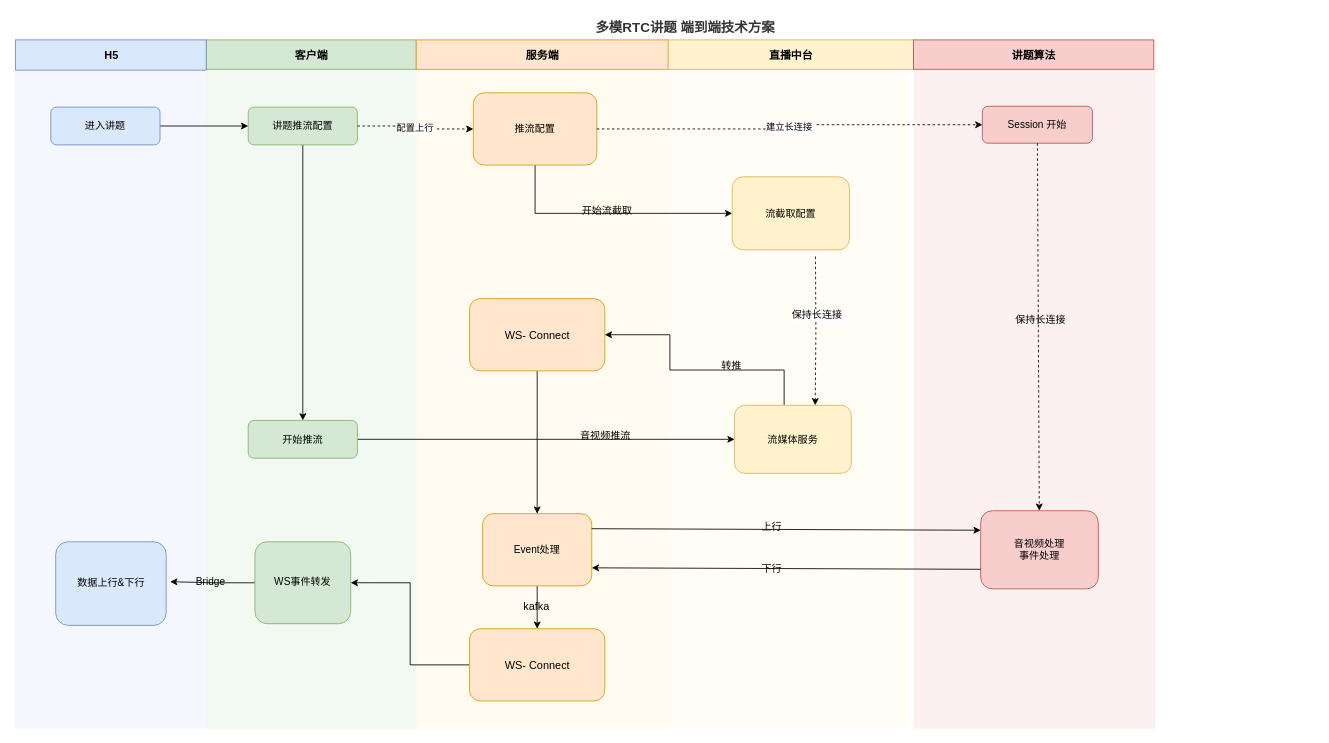
Above: 好未来/2604_晋升述职/RTC流程图.drawio in dongjinmin-710/my-darwio (draw.io), before the change. Source tidied: cells renumbered, new cells numbered last; positions are measured from the earlier drawing's top-left corner, leaving out a move shared by most shapes. Both pictures are drawn from the tidied source at 84%, with x=0, y=0 at pixel (14, 14).
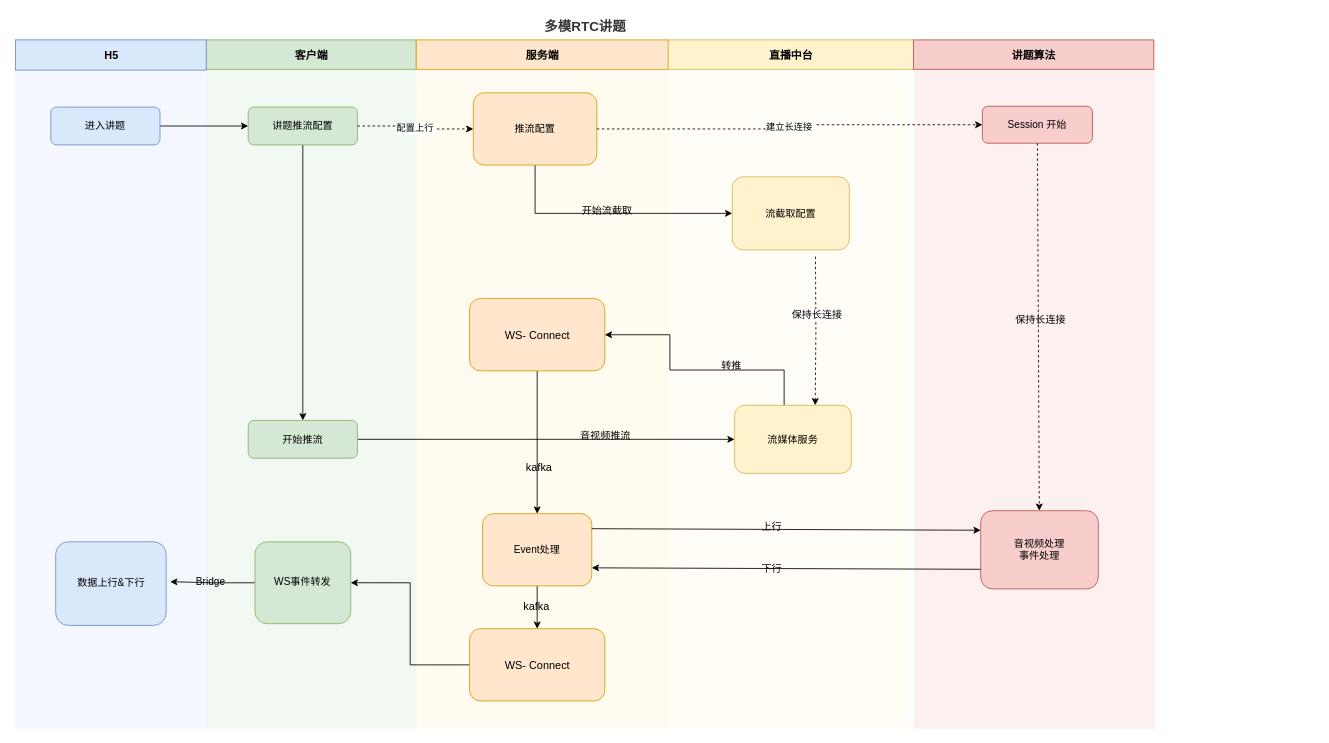
The same diagram, later.

Commit message:
更新RTC流程图.drawio

The change refers to these unchanged cells:
```xml
<mxCell id="23" style="edgeStyle=orthogonalEdgeStyle;rounded=0;jettySize=auto;html=1;entryX=0.5;entryY=0;entryDx=0;entryDy=0;" parent="1" edge="1" source="24" target="38">
  <mxGeometry relative="1" as="geometry" />
</mxCell>
```

Diff of the diagram source:
```diff
@@
-    <mxCell id="3" value="多模RTC讲题 端到端技术方案" style="text;html=1;align=center;verticalAlign=middle;fontSize=16;fontStyle=1;fontColor=#333333;" parent="1" vertex="1">
-      <mxGeometry x="48" width="1500" height="30" as="geometry" />
+    <mxCell id="3" value="多模RTC讲题" style="text;html=1;align=center;verticalAlign=middle;fontSize=16;fontStyle=1;fontColor=#333333;" parent="1" vertex="1">
+      <mxGeometry width="1358" height="28" as="geometry" />
     </mxCell>
@@
+    <mxCell id="50" style="edgeLabel;html=1;align=center;verticalAlign=middle;" parent="23" vertex="1">
+      <mxGeometry x="0.32" y="-1" relative="1" as="geometry" />
+    </mxCell>
+    <mxCell id="51" value="kafka" style="edgeLabel;html=1;align=center;verticalAlign=middle;labelBackgroundColor=none;fontSize=13;" parent="23" vertex="1">
+      <mxGeometry x="0.34" y="1" relative="1" as="geometry" />
+    </mxCell>
```
